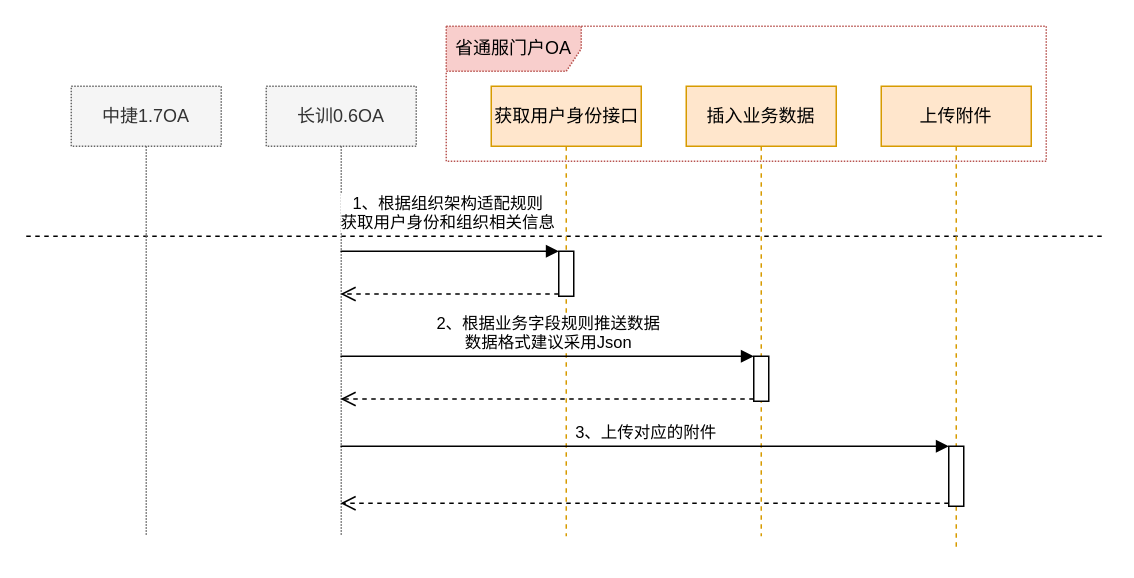
The draw.io diagram 省通服门户OA数据传输方式示例图.drawio in love07ing/draw, before the edit. Source tidied: cells renumbered, new cells numbered last; positions are measured from the earlier drawing's top-left corner, leaving out a move shared by most shapes. Both pictures are drawn from the tidied source at 150%, with x=0, y=0 at pixel (26, 26).
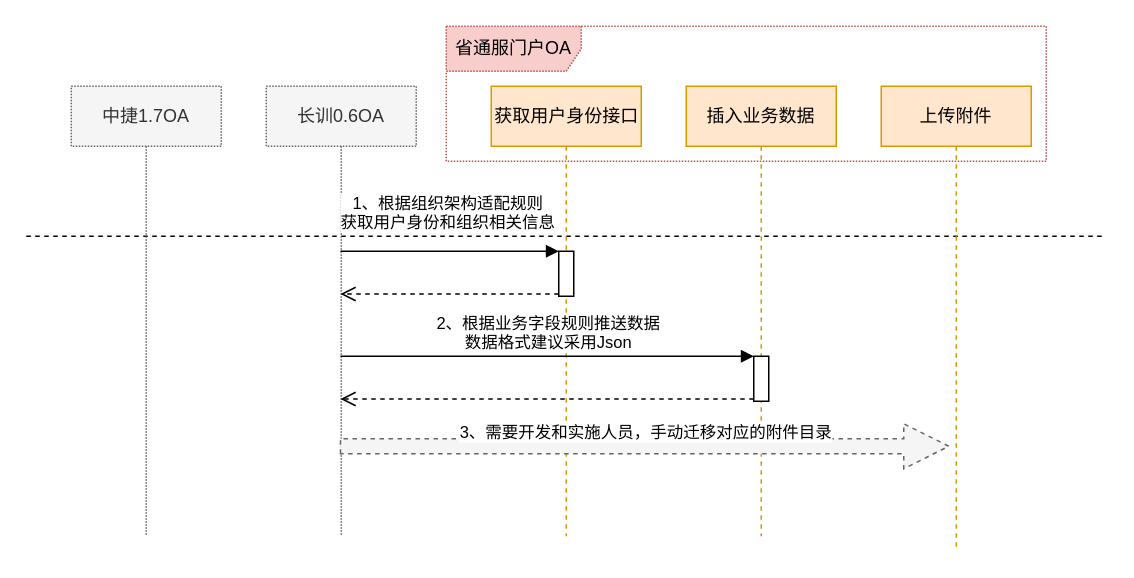
The same diagram, later.

Commit message:
更新省通服门户OA数据传输方式示例图.drawio

The edit, as a diff of the source:
```diff
@@
 <mxGraphModel>
   <root>
     <mxCell id="0" />
     <mxCell id="1" parent="0" />
     <mxCell id="2" value="省通服门户OA" style="shape=umlFrame;whiteSpace=wrap;html=1;dashed=1;dashPattern=1 1;fillColor=#f8cecc;strokeColor=#b85450;width=90;height=30;" parent="1" vertex="1">
       <mxGeometry x="280" width="400" height="90" as="geometry" />
     </mxCell>
     <mxCell id="3" style="endArrow=none;html=1;dashed=1;" parent="1" edge="1">
       <mxGeometry relative="1" as="geometry">
         <mxPoint y="140" as="sourcePoint" />
         <mxPoint x="720" y="140" as="targetPoint" />
       </mxGeometry>
     </mxCell>
     <mxCell id="4" value="获取用户身份接口" style="html=1;perimeter=orthogonalPerimeter;shape=umlLifeline;participant=label;fontFamily=Helvetica;fontSize=12;align=center;strokeColor=#d79b00;fillColor=#ffe6cc;" parent="1" vertex="1">
       <mxGeometry x="310" y="40" width="100" height="300" as="geometry" />
     </mxCell>
     <mxCell id="5" style="html=1;points=[];perimeter=orthogonalPerimeter;" parent="4" vertex="1">
       <mxGeometry x="45" y="110" width="10" height="30" as="geometry" />
     </mxCell>
     <mxCell id="6" value="插入业务数据" style="shape=umlLifeline;perimeter=lifelinePerimeter;whiteSpace=wrap;html=1;fillColor=#ffe6cc;strokeColor=#d79b00;" parent="1" vertex="1">
       <mxGeometry x="440" y="40" width="100" height="300" as="geometry" />
     </mxCell>
     <mxCell id="7" style="html=1;points=[];perimeter=orthogonalPerimeter;" parent="6" vertex="1">
       <mxGeometry x="45" y="180" width="10" height="30" as="geometry" />
     </mxCell>
     <mxCell id="8" value="上传附件" style="shape=umlLifeline;perimeter=lifelinePerimeter;whiteSpace=wrap;html=1;fillColor=#ffe6cc;strokeColor=#d79b00;" parent="1" vertex="1">
       <mxGeometry x="570" y="40" width="100" height="310" as="geometry" />
     </mxCell>
-    <mxCell id="9" style="html=1;points=[];perimeter=orthogonalPerimeter;" parent="8" vertex="1">
-      <mxGeometry x="45" y="240" width="10" height="40" as="geometry" />
-    </mxCell>
     <mxCell id="10" value="&lt;span&gt;长训0.6OA&lt;/span&gt;" style="shape=umlLifeline;perimeter=lifelinePerimeter;whiteSpace=wrap;html=1;outlineConnect=0;dashed=1;dashPattern=1 1;fillColor=#f5f5f5;strokeColor=#666666;fontColor=#333333;" parent="1" vertex="1">
       <mxGeometry x="160" y="40" width="100" height="300" as="geometry" />
     </mxCell>
     <mxCell id="11" value="&lt;span&gt;中捷1.7OA&lt;/span&gt;&lt;br&gt;" style="shape=umlLifeline;perimeter=lifelinePerimeter;whiteSpace=wrap;html=1;dashed=1;dashPattern=1 1;fillColor=#f5f5f5;strokeColor=#666666;fontColor=#333333;" parent="1" vertex="1">
       <mxGeometry x="30" y="40" width="100" height="300" as="geometry" />
     </mxCell>
     <mxCell id="12" value="1、根据组织架构适配规则&lt;br&gt;获取用户身份和组织相关信息&lt;br&gt;" style="html=1;verticalAlign=bottom;endArrow=block;entryX=0;entryY=0;" parent="1" edge="1" source="10" target="5">
       <mxGeometry x="-0.03" y="10" relative="1" as="geometry" />
     </mxCell>
     <mxCell id="13" style="html=1;verticalAlign=bottom;endArrow=open;dashed=1;endSize=8;exitX=0;exitY=0.95;" parent="1" edge="1" source="5" target="10">
       <mxGeometry relative="1" as="geometry" />
     </mxCell>
     <mxCell id="14" style="html=1;verticalAlign=bottom;endArrow=open;dashed=1;endSize=8;exitX=0;exitY=0.95;" parent="1" edge="1" source="7" target="10">
       <mxGeometry relative="1" as="geometry" />
     </mxCell>
     <mxCell id="15" value="2、根据业务字段规则推送数据&lt;br&gt;数据格式建议采用Json&lt;br&gt;" style="html=1;verticalAlign=bottom;endArrow=block;entryX=0;entryY=0;" parent="1" edge="1" source="10" target="7">
       <mxGeometry relative="1" as="geometry" />
     </mxCell>
-    <mxCell id="16" value="3、上传对应的附件" style="html=1;verticalAlign=bottom;endArrow=block;entryX=0;entryY=0;" parent="1" edge="1" source="10" target="9">
-      <mxGeometry relative="1" as="geometry" />
+    <mxCell id="16" value="3、需要开发和实施人员，手动迁移对应的附件目录" style="html=1;verticalAlign=bottom;endArrow=block;entryX=0;entryY=0;dashed=1;shape=arrow;fillColor=#f5f5f5;strokeColor=#666666;" parent="1" edge="1" source="10">
+      <mxGeometry relative="1" as="geometry">
+        <mxPoint x="615" y="280" as="targetPoint" />
+      </mxGeometry>
     </mxCell>
-    <mxCell id="17" style="html=1;verticalAlign=bottom;endArrow=open;dashed=1;endSize=8;exitX=0;exitY=0.95;" parent="1" edge="1" source="9" target="10">
-      <mxGeometry relative="1" as="geometry" />
-    </mxCell>
   </root>
 </mxGraphModel>
```
